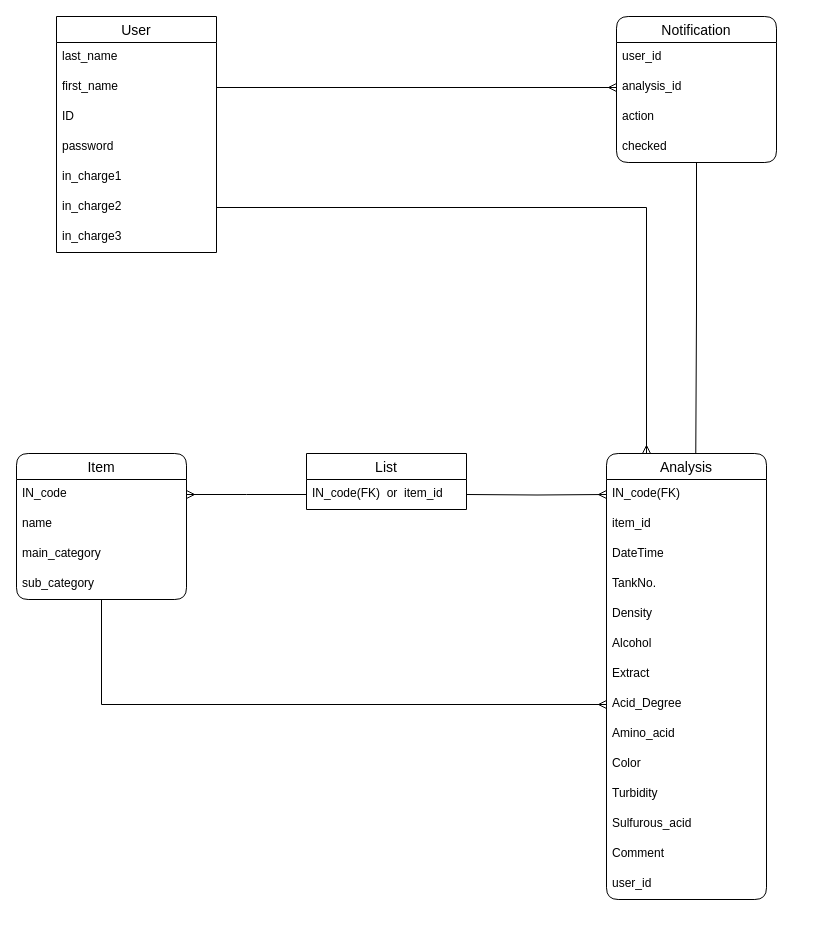
This is ER.dio from yasu-wb/pf_BI, a draw.io file, before an edit. Source tidied: cells renumbered, new cells numbered last; positions are measured from the earlier drawing's top-left corner, leaving out a move shared by most shapes. Both pictures are drawn from the tidied source at 100%, with x=0, y=0 at pixel (16, 16).
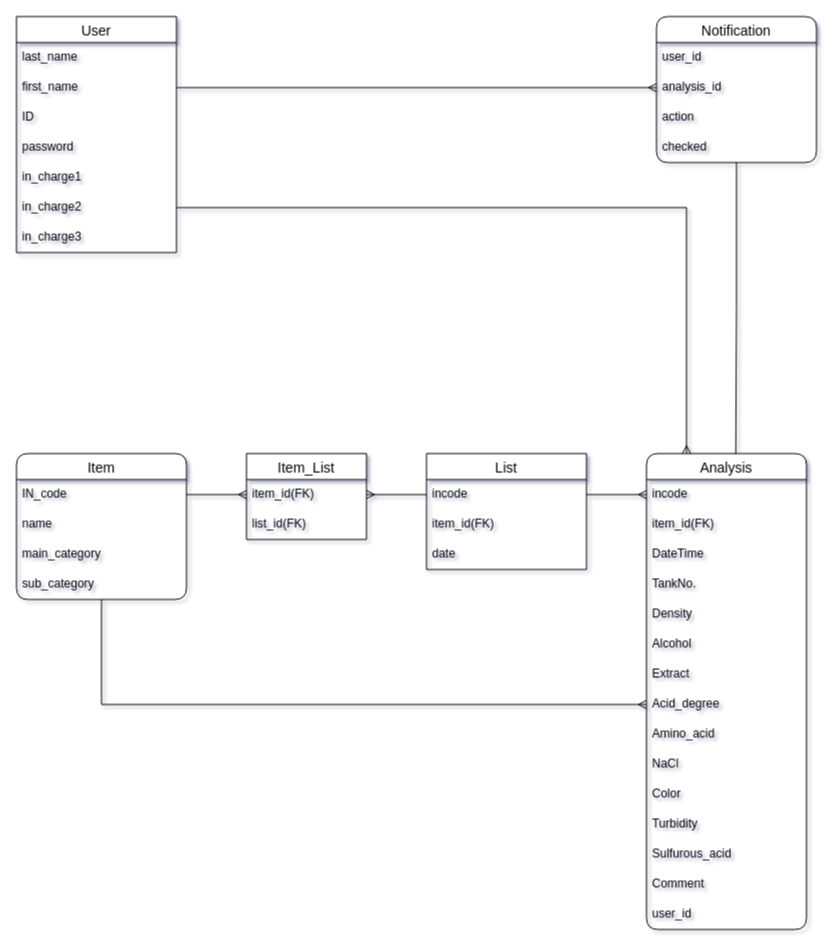
The same diagram, later.

Unchanged cells that the change refers to:
```xml
<mxCell id="8" value="in_charge2" style="text;strokeColor=none;fillColor=none;spacingLeft=4;spacingRight=4;overflow=hidden;points=[[0,0.5],[1,0.5]];portConstraint=eastwest;fontSize=12;" parent="2" vertex="1">
  <mxGeometry y="176" width="160" height="30" as="geometry" />
</mxCell>
<mxCell id="12" value="IN_code" style="text;strokeColor=none;fillColor=none;spacingLeft=4;spacingRight=4;overflow=hidden;points=[[0,0.5],[1,0.5]];portConstraint=eastwest;fontSize=12;" parent="11" vertex="1">
  <mxGeometry y="26" width="170" height="30" as="geometry" />
</mxCell>
```

Diff of the diagram source:
```diff
@@
-<mxGraphModel>
+<mxGraphModel shadow="1">
@@
     <mxCell id="2" value="User" style="swimlane;fontStyle=0;horizontal=1;startSize=26;align=center;fontSize=14;" parent="1" vertex="1">
-      <mxGeometry x="40" width="160" height="236" as="geometry" />
+      <mxGeometry width="160" height="236" as="geometry" />
     </mxCell>
@@
     <mxCell id="16" value="Analysis" style="swimlane;fontStyle=0;horizontal=1;startSize=26;align=center;fontSize=14;rounded=1;" parent="1" vertex="1">
-      <mxGeometry x="590" y="437" width="160" height="446" as="geometry" />
+      <mxGeometry x="630" y="437" width="160" height="476" as="geometry" />
     </mxCell>
-    <mxCell id="17" value="IN_code(FK)" style="text;strokeColor=none;fillColor=none;spacingLeft=4;spacingRight=4;overflow=hidden;points=[[0,0.5],[1,0.5]];portConstraint=eastwest;fontSize=12;" parent="16" vertex="1">
+    <mxCell id="17" value="incode" style="text;strokeColor=none;fillColor=none;spacingLeft=4;spacingRight=4;overflow=hidden;points=[[0,0.5],[1,0.5]];portConstraint=eastwest;fontSize=12;" parent="16" vertex="1">
       <mxGeometry y="26" width="160" height="30" as="geometry" />
     </mxCell>
-    <mxCell id="18" value="item_id" style="text;strokeColor=none;fillColor=none;spacingLeft=4;spacingRight=4;overflow=hidden;fontSize=12;" parent="16" vertex="1">
+    <mxCell id="18" value="item_id(FK)" style="text;strokeColor=none;fillColor=none;spacingLeft=4;spacingRight=4;overflow=hidden;fontSize=12;" parent="16" vertex="1">
       <mxGeometry y="56" width="160" height="30" as="geometry" />
     </mxCell>
@@
-    <mxCell id="24" value="Acid_Degree" style="text;strokeColor=none;fillColor=none;spacingLeft=4;spacingRight=4;overflow=hidden;points=[[0,0.5],[1,0.5]];portConstraint=eastwest;fontSize=12;" parent="16" vertex="1">
+    <mxCell id="24" value="Acid_degree" style="text;strokeColor=none;fillColor=none;spacingLeft=4;spacingRight=4;overflow=hidden;points=[[0,0.5],[1,0.5]];portConstraint=eastwest;fontSize=12;" parent="16" vertex="1">
       <mxGeometry y="236" width="160" height="30" as="geometry" />
     </mxCell>
@@
+    <mxCell id="43" value="NaCl" style="text;strokeColor=none;fillColor=none;spacingLeft=4;spacingRight=4;overflow=hidden;fontSize=12;" parent="16" vertex="1">
+      <mxGeometry y="296" width="160" height="30" as="geometry" />
+    </mxCell>
     <mxCell id="26" value="Color" style="text;strokeColor=none;fillColor=none;spacingLeft=4;spacingRight=4;overflow=hidden;fontSize=12;" parent="16" vertex="1">
-      <mxGeometry y="296" width="160" height="30" as="geometry" />
+      <mxGeometry y="326" width="160" height="30" as="geometry" />
     </mxCell>
     <mxCell id="27" value="Turbidity" style="text;strokeColor=none;fillColor=none;spacingLeft=4;spacingRight=4;overflow=hidden;fontSize=12;" parent="16" vertex="1">
-      <mxGeometry y="326" width="160" height="30" as="geometry" />
+      <mxGeometry y="356" width="160" height="30" as="geometry" />
     </mxCell>
     <mxCell id="28" value="Sulfurous_acid" style="text;strokeColor=none;fillColor=none;spacingLeft=4;spacingRight=4;overflow=hidden;fontSize=12;" parent="16" vertex="1">
-      <mxGeometry y="356" width="160" height="30" as="geometry" />
+      <mxGeometry y="386" width="160" height="30" as="geometry" />
     </mxCell>
     <mxCell id="29" value="Comment" style="text;strokeColor=none;fillColor=none;spacingLeft=4;spacingRight=4;overflow=hidden;fontSize=12;" parent="16" vertex="1">
-      <mxGeometry y="386" width="160" height="30" as="geometry" />
+      <mxGeometry y="416" width="160" height="30" as="geometry" />
     </mxCell>
     <mxCell id="30" value="user_id" style="text;strokeColor=none;fillColor=none;spacingLeft=4;spacingRight=4;overflow=hidden;fontSize=12;" parent="16" vertex="1">
-      <mxGeometry y="416" width="160" height="30" as="geometry" />
+      <mxGeometry y="446" width="160" height="30" as="geometry" />
     </mxCell>
@@
     <mxCell id="32" value="Notification" style="swimlane;fontStyle=0;horizontal=1;startSize=26;align=center;fontSize=14;rounded=1;" parent="1" vertex="1">
-      <mxGeometry x="600" width="160" height="146" as="geometry" />
+      <mxGeometry x="640" width="160" height="146" as="geometry" />
     </mxCell>
@@
     <mxCell id="38" style="edgeStyle=orthogonalEdgeStyle;rounded=0;jettySize=auto;html=1;exitX=1;exitY=0.5;exitDx=0;exitDy=0;entryX=0.25;entryY=0;entryDx=0;entryDy=0;startArrow=none;startFill=0;endArrow=ERmany;endFill=0;" parent="1" edge="1" source="8" target="16">
       <mxGeometry relative="1" as="geometry">
         <Array as="points">
-          <mxPoint x="630" y="191" />
+          <mxPoint x="670" y="191" />
         </Array>
       </mxGeometry>
     </mxCell>
     <mxCell id="39" value="List" style="swimlane;fontStyle=0;horizontal=1;startSize=26;align=center;fontSize=14;" parent="1" vertex="1">
-      <mxGeometry x="290" y="437" width="160" height="56" as="geometry" />
+      <mxGeometry x="410" y="437" width="160" height="116" as="geometry" />
     </mxCell>
+    <mxCell id="44" value="incode" style="text;strokeColor=none;fillColor=none;spacingLeft=4;spacingRight=4;overflow=hidden;points=[[0,0.5],[1,0.5]];portConstraint=eastwest;fontSize=12;" parent="39" vertex="1">
+      <mxGeometry y="26" width="160" height="30" as="geometry" />
+    </mxCell>
+    <mxCell id="45" value="item_id(FK)" style="text;strokeColor=none;fillColor=none;spacingLeft=4;spacingRight=4;overflow=hidden;fontSize=12;" parent="39" vertex="1">
+      <mxGeometry y="56" width="160" height="30" as="geometry" />
+    </mxCell>
-    <mxCell id="40" value="IN_code(FK)  or  item_id" style="text;strokeColor=none;fillColor=none;spacingLeft=4;spacingRight=4;overflow=hidden;fontSize=12;" parent="39" vertex="1">
-      <mxGeometry y="26" width="160" height="30" as="geometry" />
+    <mxCell id="40" value="date" style="text;strokeColor=none;fillColor=none;spacingLeft=4;spacingRight=4;overflow=hidden;fontSize=12;" parent="39" vertex="1">
+      <mxGeometry y="86" width="160" height="30" as="geometry" />
     </mxCell>
-    <mxCell id="41" style="edgeStyle=orthogonalEdgeStyle;rounded=0;jettySize=auto;html=1;exitX=1;exitY=0.5;exitDx=0;exitDy=0;entryX=0;entryY=0.5;entryDx=0;entryDy=0;endArrow=none;endFill=0;startArrow=ERmany;startFill=0;" parent="1" edge="1" source="12">
-      <mxGeometry relative="1" as="geometry">
-        <mxPoint x="290" y="478" as="targetPoint" />
-      </mxGeometry>
-    </mxCell>
-    <mxCell id="42" style="edgeStyle=orthogonalEdgeStyle;rounded=0;jettySize=auto;html=1;exitX=1;exitY=0.5;exitDx=0;exitDy=0;entryX=0;entryY=0.5;entryDx=0;entryDy=0;startArrow=none;startFill=0;endArrow=ERmany;endFill=0;" parent="1" edge="1" target="17">
-      <mxGeometry relative="1" as="geometry">
-        <mxPoint x="450" y="478" as="sourcePoint" />
-      </mxGeometry>
-    </mxCell>
+    <mxCell id="46" value="Item_List" style="swimlane;fontStyle=0;horizontal=1;startSize=26;align=center;fontSize=14;" parent="1" vertex="1">
+      <mxGeometry x="230" y="437" width="120" height="86" as="geometry" />
+    </mxCell>
+    <mxCell id="47" value="item_id(FK)" style="text;strokeColor=none;fillColor=none;spacingLeft=4;spacingRight=4;overflow=hidden;points=[[0,0.5],[1,0.5]];portConstraint=eastwest;fontSize=12;" parent="46" vertex="1">
+      <mxGeometry y="26" width="120" height="30" as="geometry" />
+    </mxCell>
+    <mxCell id="48" value="list_id(FK)" style="text;strokeColor=none;fillColor=none;spacingLeft=4;spacingRight=4;overflow=hidden;fontSize=12;" parent="46" vertex="1">
+      <mxGeometry y="56" width="120" height="30" as="geometry" />
+    </mxCell>
+    <mxCell id="49" style="edgeStyle=orthogonalEdgeStyle;rounded=0;jettySize=auto;html=1;exitX=1;exitY=0.5;exitDx=0;exitDy=0;endArrow=ERmany;endFill=0;entryX=0;entryY=0.5;entryDx=0;entryDy=0;" parent="1" edge="1" source="12" target="47">
+      <mxGeometry relative="1" as="geometry" />
+    </mxCell>
+    <mxCell id="50" style="edgeStyle=orthogonalEdgeStyle;rounded=0;jettySize=auto;html=1;exitX=1;exitY=0.5;exitDx=0;exitDy=0;entryX=0;entryY=0.5;entryDx=0;entryDy=0;endArrow=none;endFill=0;startArrow=ERmany;startFill=0;" parent="1" edge="1" source="47" target="44">
+      <mxGeometry relative="1" as="geometry" />
+    </mxCell>
+    <mxCell id="51" style="edgeStyle=orthogonalEdgeStyle;rounded=0;jettySize=auto;html=1;exitX=1;exitY=0.5;exitDx=0;exitDy=0;entryX=0;entryY=0.5;entryDx=0;entryDy=0;startArrow=none;startFill=0;endArrow=ERmany;endFill=0;" parent="1" edge="1" source="44" target="17">
+      <mxGeometry relative="1" as="geometry" />
+    </mxCell>
```
